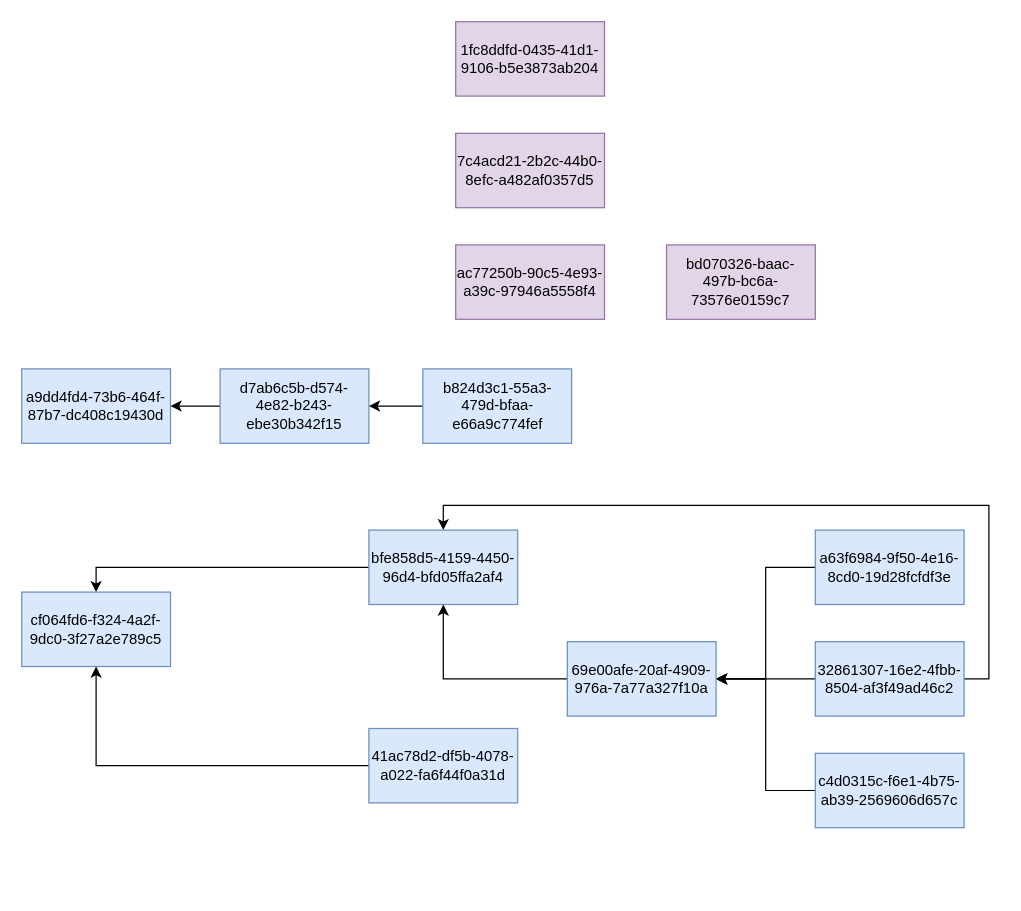
foreignbill/drawio keeps this draw.io diagram as 图.drawio. Above is the earlier version. Source tidied: cells renumbered, new cells numbered last; positions are measured from the earlier drawing's top-left corner, leaving out a move shared by most shapes. Both pictures are drawn from the tidied source at 124%, with x=0, y=0 at pixel (21, 21).
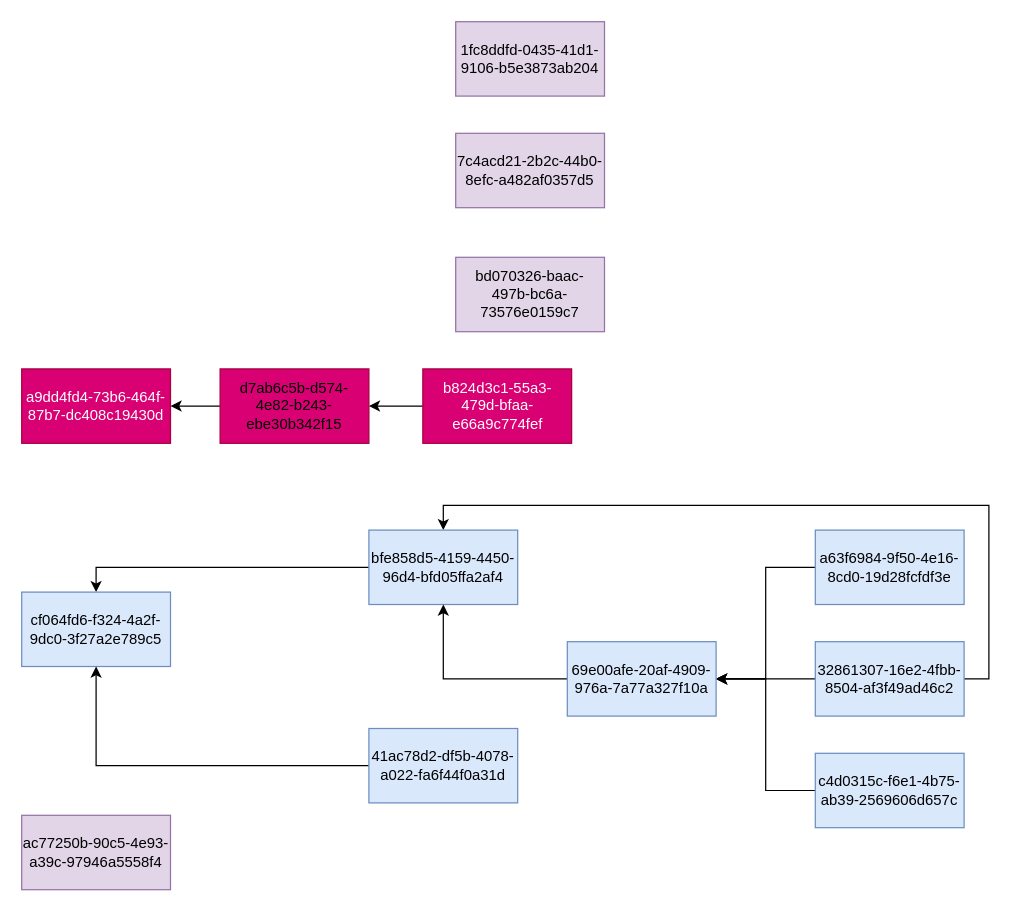
The same page after the edit.

The edit, as a diff of the source:
```diff
@@
-    <mxCell id="10" value="a9dd4fd4-73b6-464f-87b7-dc408c19430d" style="rounded=0;whiteSpace=wrap;html=1;fillColor=#dae8fc;strokeColor=#6c8ebf;" parent="1" vertex="1">
+    <mxCell id="10" value="a9dd4fd4-73b6-464f-87b7-dc408c19430d" style="rounded=0;whiteSpace=wrap;html=1;fillColor=#d80073;strokeColor=#A50040;fontColor=#ffffff;" parent="1" vertex="1">
       <mxGeometry y="280" width="120" height="60" as="geometry" />
     </mxCell>
@@
-    <mxCell id="12" value="d7ab6c5b-d574-4e82-b243-ebe30b342f15" style="rounded=0;whiteSpace=wrap;html=1;fillColor=#dae8fc;strokeColor=#6c8ebf;" parent="1" vertex="1">
+    <mxCell id="12" value="d7ab6c5b-d574-4e82-b243-ebe30b342f15" style="rounded=0;whiteSpace=wrap;html=1;fillColor=#d80073;strokeColor=#A50040;" parent="1" vertex="1">
       <mxGeometry x="160" y="280" width="120" height="60" as="geometry" />
     </mxCell>
@@
-    <mxCell id="14" value="b824d3c1-55a3-479d-bfaa-e66a9c774fef" style="rounded=0;whiteSpace=wrap;html=1;fillColor=#dae8fc;strokeColor=#6c8ebf;" parent="1" vertex="1">
+    <mxCell id="14" value="b824d3c1-55a3-479d-bfaa-e66a9c774fef" style="rounded=0;whiteSpace=wrap;html=1;fillColor=#d80073;strokeColor=#A50040;fontColor=#ffffff;" parent="1" vertex="1">
       <mxGeometry x="323.5" y="280" width="120" height="60" as="geometry" />
     </mxCell>
@@
     <mxCell id="23" value="ac77250b-90c5-4e93-a39c-97946a5558f4" style="rounded=0;whiteSpace=wrap;html=1;fillColor=#e1d5e7;strokeColor=#9673a6;" parent="1" vertex="1">
-      <mxGeometry x="350" y="180" width="120" height="60" as="geometry" />
+      <mxGeometry y="640" width="120" height="60" as="geometry" />
     </mxCell>
     <mxCell id="24" value="bd070326-baac-497b-bc6a-73576e0159c7" style="rounded=0;whiteSpace=wrap;html=1;fillColor=#e1d5e7;strokeColor=#9673a6;" parent="1" vertex="1">
-      <mxGeometry x="520" y="180" width="120" height="60" as="geometry" />
+      <mxGeometry x="350" y="190" width="120" height="60" as="geometry" />
     </mxCell>
```
